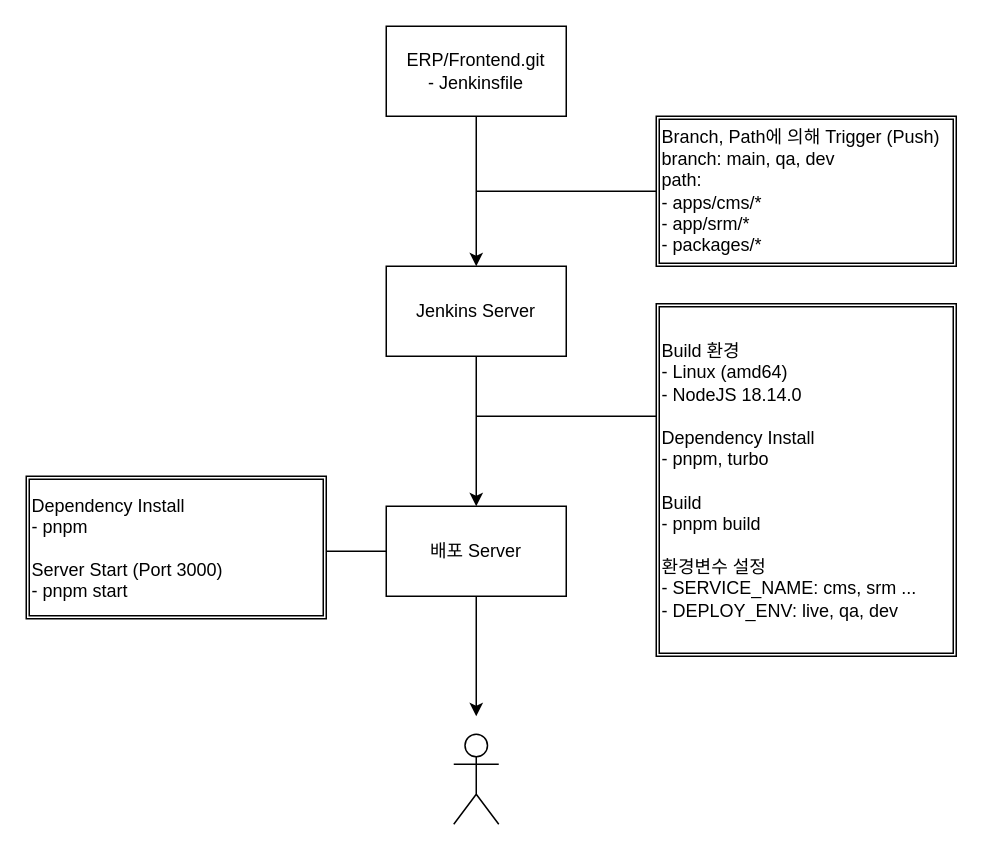
Above: fe_jenkins.drawio in khw1031/drawio (draw.io), before the change. Source tidied: cells renumbered, new cells numbered last; positions are measured from the earlier drawing's top-left corner, leaving out a move shared by most shapes. Both pictures are drawn from the tidied source at 150%, with x=0, y=0 at pixel (26, 26).
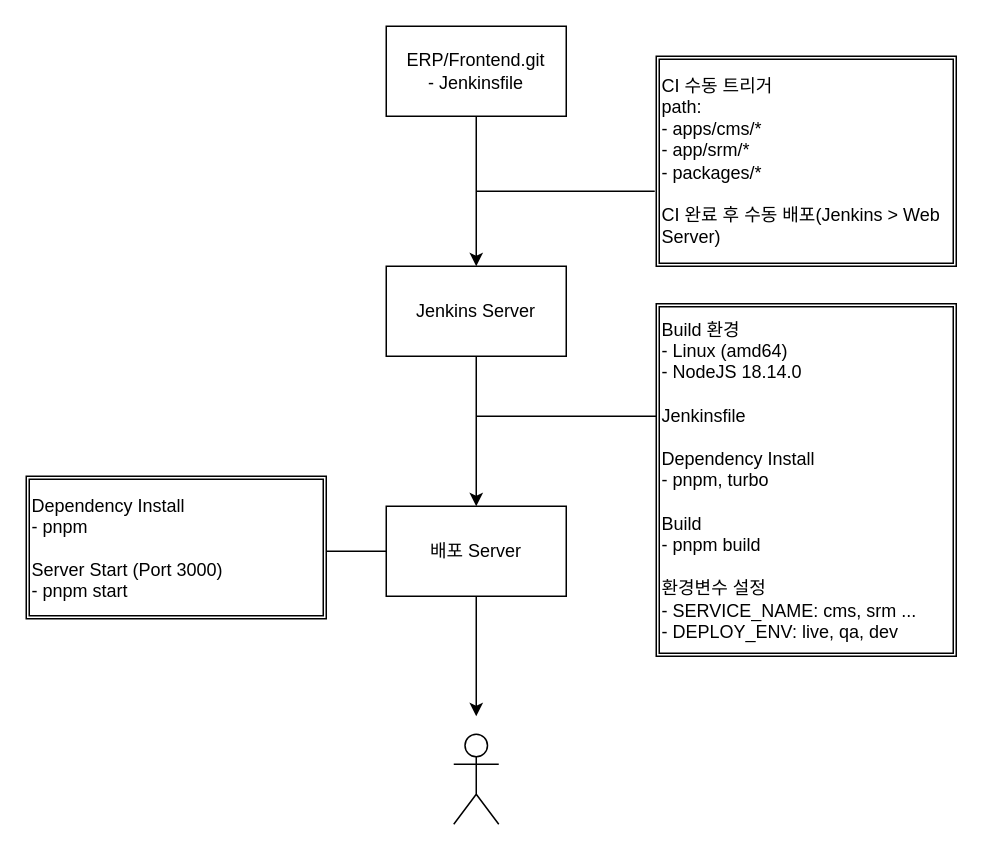
The same diagram, later.

Change to the diagram source:
```diff
@@
 <mxGraphModel>
   <root>
     <mxCell id="0" />
     <mxCell id="1" parent="0" />
     <mxCell id="2" value="ERP/Frontend.git&lt;br&gt;- Jenkinsfile" style="rounded=0;whiteSpace=wrap;html=1;" parent="1" vertex="1">
       <mxGeometry x="240" width="120" height="60" as="geometry" />
     </mxCell>
     <mxCell id="3" style="endArrow=classic;html=1;rounded=0;exitX=0.5;exitY=1;exitDx=0;exitDy=0;" parent="1" edge="1" source="2">
       <mxGeometry relative="1" as="geometry">
         <mxPoint x="300" y="160" as="targetPoint" />
       </mxGeometry>
     </mxCell>
-    <mxCell id="4" value="Branch, Path에 의해 Trigger (Push)&lt;br&gt;branch: main, qa, dev&lt;br&gt;path:&amp;nbsp;&lt;br&gt;- apps/cms/*&lt;br&gt;- app/srm/*&lt;br&gt;- packages/*" style="shape=ext;double=1;rounded=0;whiteSpace=wrap;html=1;align=left;" parent="1" vertex="1">
-      <mxGeometry x="420" y="60" width="200" height="100" as="geometry" />
+    <mxCell id="4" value="CI 수동 트리거&lt;br&gt;path:&amp;nbsp;&lt;br&gt;- apps/cms/*&lt;br&gt;- app/srm/*&lt;br&gt;- packages/*&lt;br&gt;&lt;br&gt;CI 완료 후 수동 배포(Jenkins &amp;gt; Web Server)" style="shape=ext;double=1;rounded=0;whiteSpace=wrap;html=1;align=left;" parent="1" vertex="1">
+      <mxGeometry x="420" y="20" width="200" height="140" as="geometry" />
     </mxCell>
     <mxCell id="5" value="Jenkins Server" style="rounded=0;whiteSpace=wrap;html=1;" parent="1" vertex="1">
       <mxGeometry x="240" y="160" width="120" height="60" as="geometry" />
     </mxCell>
-    <mxCell id="6" style="endArrow=none;html=1;rounded=0;entryX=0;entryY=0.5;entryDx=0;entryDy=0;" parent="1" edge="1" target="4">
+    <mxCell id="6" style="endArrow=none;html=1;rounded=0;entryX=-0.005;entryY=0.643;entryDx=0;entryDy=0;entryPerimeter=0;" parent="1" edge="1" target="4">
       <mxGeometry relative="1" as="geometry">
         <mxPoint x="300" y="110" as="sourcePoint" />
       </mxGeometry>
     </mxCell>
     <mxCell id="7" style="endArrow=classic;html=1;rounded=0;exitX=0.5;exitY=1;exitDx=0;exitDy=0;" parent="1" edge="1" source="5">
       <mxGeometry relative="1" as="geometry">
         <mxPoint x="300" y="320" as="targetPoint" />
       </mxGeometry>
     </mxCell>
-    <mxCell id="8" value="Build 환경&lt;br&gt;- Linux (amd64) &lt;br&gt;- NodeJS 18.14.0&lt;br&gt;&lt;br&gt;Dependency Install&lt;br&gt;- pnpm, turbo&lt;br&gt;&lt;br&gt;Build&lt;br&gt;- pnpm build&lt;br&gt;&lt;br&gt;환경변수 설정&lt;br&gt;- SERVICE_NAME: cms, srm ...&lt;br&gt;- DEPLOY_ENV: live, qa, dev" style="shape=ext;double=1;rounded=0;whiteSpace=wrap;html=1;align=left;" parent="1" vertex="1">
+    <mxCell id="8" value="Build 환경&lt;br&gt;- Linux (amd64) &lt;br&gt;- NodeJS 18.14.0&lt;br&gt;&lt;br&gt;Jenkinsfile&lt;br&gt;&lt;br&gt;Dependency Install&lt;br&gt;- pnpm, turbo&lt;br&gt;&lt;br&gt;Build&lt;br&gt;- pnpm build&lt;br&gt;&lt;br&gt;환경변수 설정&lt;br&gt;- SERVICE_NAME: cms, srm ...&lt;br&gt;- DEPLOY_ENV: live, qa, dev" style="shape=ext;double=1;rounded=0;whiteSpace=wrap;html=1;align=left;" parent="1" vertex="1">
       <mxGeometry x="420" y="185" width="200" height="235" as="geometry" />
     </mxCell>
     <mxCell id="9" style="endArrow=none;html=1;rounded=0;entryX=0;entryY=0.319;entryDx=0;entryDy=0;entryPerimeter=0;" parent="1" edge="1" target="8">
       <mxGeometry relative="1" as="geometry">
         <mxPoint x="300" y="260" as="sourcePoint" />
       </mxGeometry>
     </mxCell>
     <mxCell id="10" value="배포 Server" style="rounded=0;whiteSpace=wrap;html=1;" parent="1" vertex="1">
       <mxGeometry x="240" y="320" width="120" height="60" as="geometry" />
     </mxCell>
     <mxCell id="11" style="endArrow=classic;html=1;rounded=0;" parent="1" edge="1">
       <mxGeometry relative="1" as="geometry">
         <mxPoint x="300" y="380" as="sourcePoint" />
         <mxPoint x="300" y="460" as="targetPoint" />
       </mxGeometry>
     </mxCell>
     <mxCell id="12" style="shape=umlActor;verticalLabelPosition=bottom;verticalAlign=top;html=1;" parent="1" vertex="1">
       <mxGeometry x="285" y="472" width="30" height="60" as="geometry" />
     </mxCell>
     <mxCell id="13" style="endArrow=none;html=1;rounded=0;" parent="1" edge="1">
       <mxGeometry relative="1" as="geometry">
         <mxPoint x="200" y="350" as="sourcePoint" />
         <mxPoint x="240" y="350" as="targetPoint" />
       </mxGeometry>
     </mxCell>
     <mxCell id="14" value="Dependency Install&lt;br&gt;- pnpm&lt;br&gt;&lt;br&gt;Server Start (Port 3000)&lt;br&gt;- pnpm start" style="shape=ext;double=1;rounded=0;whiteSpace=wrap;html=1;align=left;" parent="1" vertex="1">
       <mxGeometry y="300" width="200" height="95" as="geometry" />
     </mxCell>
   </root>
 </mxGraphModel>
```
